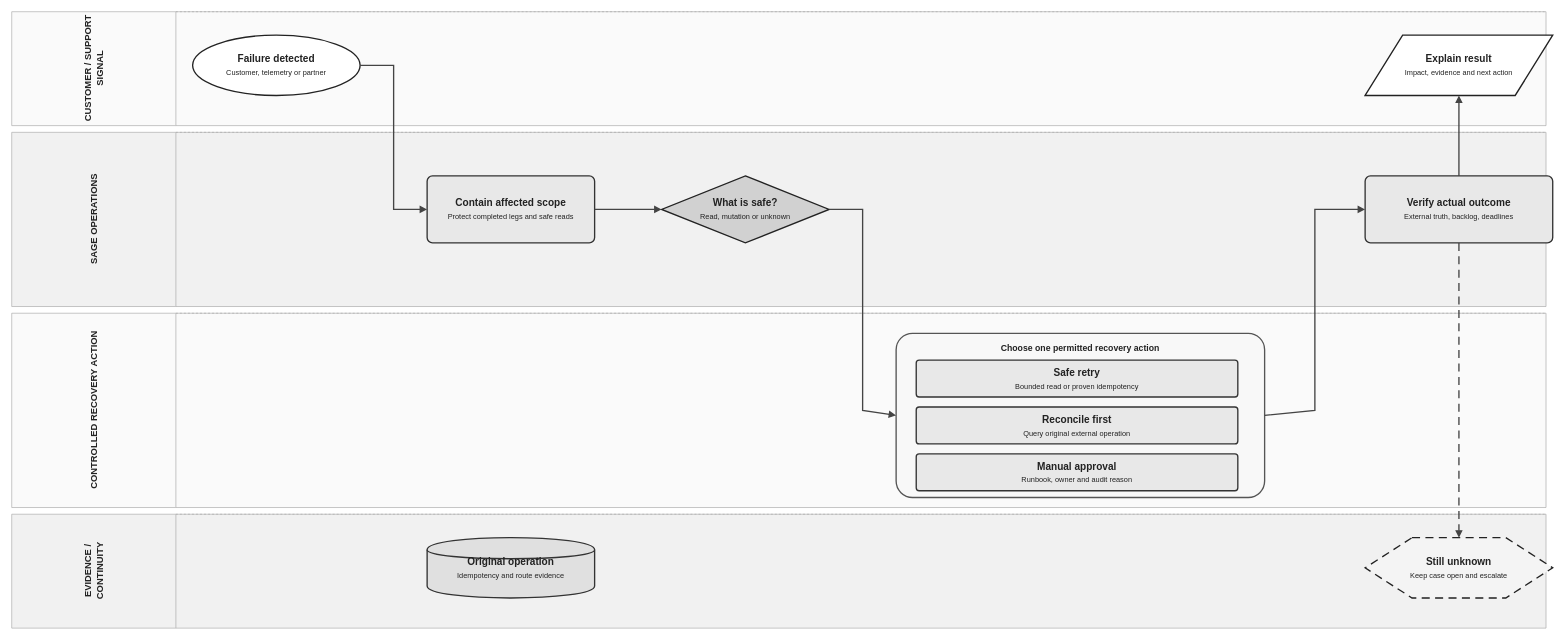
The draw.io diagram assets/diagrams/e-invoicing-recovery-reconciliation.drawio in jiaxinhe0709/pm_second_brain, before the edit. Source tidied: cells renumbered, new cells numbered last; positions are measured from the earlier drawing's top-left corner, leaving out a move shared by most shapes. Both pictures are drawn from the tidied source at 67%, with x=0, y=0 at pixel (11, 11).
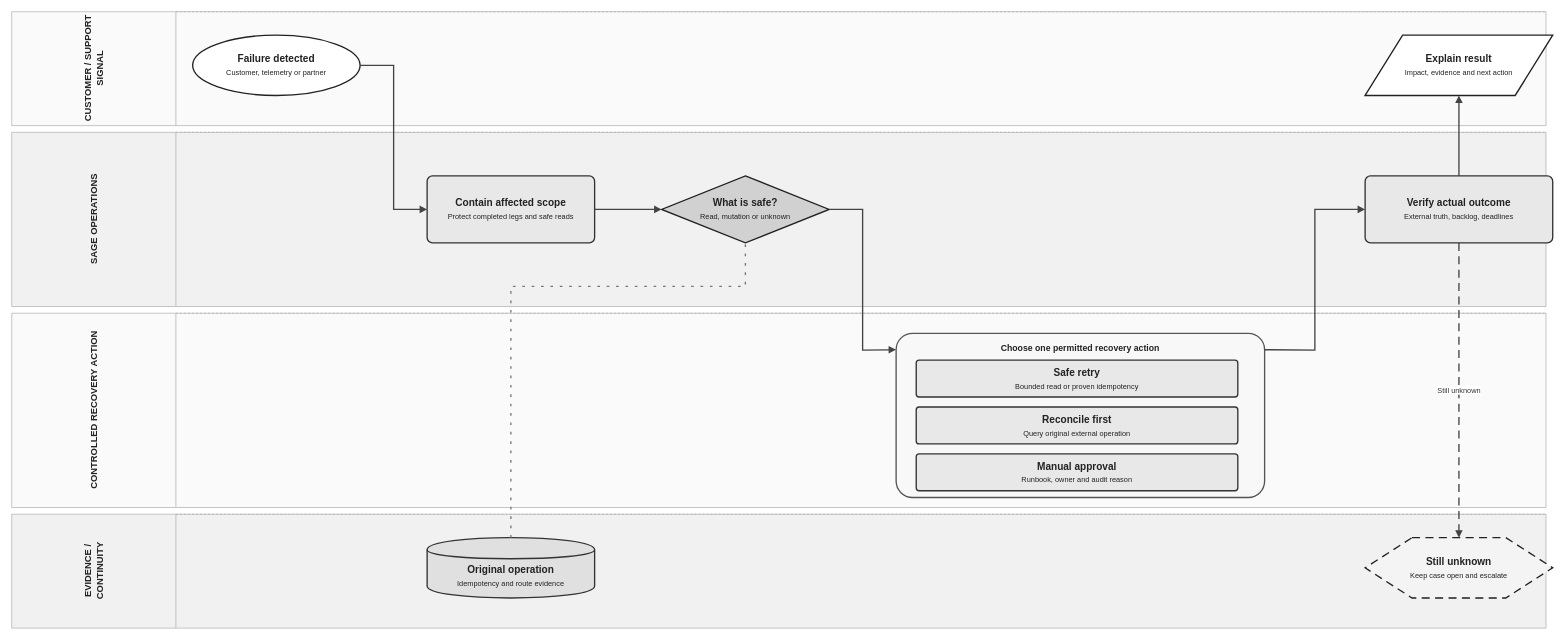
Above is the later version.

The change refers to these unchanged cells:
```xml
<mxCell id="6" value="Choose one permitted recovery action" style="shape=rectangle;rounded=1;arcSize=10;whiteSpace=wrap;html=1;fillColor=#f8f8f8;strokeColor=#555555;strokeWidth=2;fontColor=#222222;fontSize=13;fontStyle=1;align=center;verticalAlign=top;spacingTop=8;" parent="1" vertex="1">
  <mxGeometry x="1320" y="480" width="550" height="245" as="geometry" />
</mxCell>
<mxCell id="9" value="&lt;div style=&quot;font-size:15px;font-weight:bold&quot;&gt;What is safe?&lt;/div&gt;&lt;div style=&quot;font-size:11px;margin-top:5px&quot;&gt;Read, mutation or unknown&lt;/div&gt;" style="shape=rhombus;rounded=0;arcSize=8;whiteSpace=wrap;html=1;fillColor=#d1d1d1;strokeColor=#222;strokeWidth=2;fontColor=#222222;fontSize=13;align=center;verticalAlign=middle;spacing=7;" parent="1" vertex="1">
  <mxGeometry x="970" y="245" width="250" height="100" as="geometry" />
</mxCell>
<mxCell id="13" value="&lt;div style=&quot;font-size:15px;font-weight:bold&quot;&gt;Verify actual outcome&lt;/div&gt;&lt;div style=&quot;font-size:11px;margin-top:5px&quot;&gt;External truth, backlog, deadlines&lt;/div&gt;" style="shape=rectangle;rounded=1;arcSize=8;whiteSpace=wrap;html=1;fillColor=#e8e8e8;strokeColor=#333;strokeWidth=2;fontColor=#222222;fontSize=13;align=center;verticalAlign=middle;spacing=7;" parent="1" vertex="1">
  <mxGeometry x="2020" y="245" width="280" height="100" as="geometry" />
</mxCell>
<mxCell id="16" value="&lt;div style=&quot;font-size:15px;font-weight:bold&quot;&gt;Still unknown&lt;/div&gt;&lt;div style=&quot;font-size:11px;margin-top:5px&quot;&gt;Keep case open and escalate&lt;/div&gt;" style="shape=hexagon;rounded=0;arcSize=8;whiteSpace=wrap;html=1;fillColor=#f4f4f4;strokeColor=#222;strokeWidth=2;fontColor=#222222;fontSize=13;align=center;verticalAlign=middle;spacing=7;dashed=1;dashPattern=6 4;" parent="1" vertex="1">
  <mxGeometry x="2020" y="785" width="280" height="90" as="geometry" />
</mxCell>
```

Change to the diagram source:
```diff
@@
-    <mxCell id="15" value="&lt;div style=&quot;font-size:15px;font-weight:bold&quot;&gt;Original operation&lt;/div&gt;&lt;div style=&quot;font-size:11px;margin-top:5px&quot;&gt;Idempotency and route evidence&lt;/div&gt;" style="shape=cylinder;rounded=0;arcSize=8;whiteSpace=wrap;html=1;fillColor=#e0e0e0;strokeColor=#333;strokeWidth=2;fontColor=#222222;fontSize=13;align=center;verticalAlign=middle;spacing=7;" parent="1" vertex="1">
+    <mxCell id="15" value="&lt;div style=&quot;font-size:15px;font-weight:bold&quot;&gt;Original operation&lt;/div&gt;&lt;div style=&quot;font-size:11px;margin-top:5px&quot;&gt;Idempotency and route evidence&lt;/div&gt;" style="shape=cylinder;rounded=0;arcSize=8;whiteSpace=wrap;html=1;fillColor=#e0e0e0;strokeColor=#333;strokeWidth=2;fontColor=#222222;fontSize=13;align=center;verticalAlign=middle;spacing=7;spacingTop=24;" parent="1" vertex="1">
       <mxGeometry x="620" y="785" width="250" height="90" as="geometry" />
     </mxCell>
@@
-    <mxCell id="19" style="edgeStyle=none;rounded=0;jettySize=auto;html=1;endArrow=block;endFill=1;strokeColor=#444444;strokeWidth=2;fontColor=#333333;fontSize=11;labelBackgroundColor=#ffffff;exitX=1;exitY=0.5;exitPerimeter=1;entryX=0;entryY=0.5;entryPerimeter=1;" parent="1" edge="1" source="9" target="6">
+    <mxCell id="19" style="edgeStyle=none;rounded=0;jettySize=auto;html=1;endArrow=block;endFill=1;strokeColor=#444444;strokeWidth=2;fontColor=#333333;fontSize=11;labelBackgroundColor=#ffffff;exitX=1;exitY=0.5;exitPerimeter=1;entryX=0;entryY=0.1;entryPerimeter=1;" parent="1" edge="1" source="9" target="6">
       <mxGeometry relative="1" as="geometry">
         <Array as="points">
           <mxPoint x="1270" y="295" />
-          <mxPoint x="1270" y="595" />
+          <mxPoint x="1270" y="505" />
         </Array>
       </mxGeometry>
     </mxCell>
-    <mxCell id="20" style="edgeStyle=none;rounded=0;jettySize=auto;html=1;endArrow=block;endFill=1;strokeColor=#444444;strokeWidth=2;fontColor=#333333;fontSize=11;labelBackgroundColor=#ffffff;exitX=1;exitY=0.5;exitPerimeter=1;entryX=0;entryY=0.5;entryPerimeter=1;" parent="1" edge="1" source="6" target="13">
+    <mxCell id="20" style="edgeStyle=none;rounded=0;jettySize=auto;html=1;endArrow=block;endFill=1;strokeColor=#444444;strokeWidth=2;fontColor=#333333;fontSize=11;labelBackgroundColor=#ffffff;exitX=1;exitY=0.1;exitPerimeter=1;entryX=0;entryY=0.5;entryPerimeter=1;" parent="1" edge="1" source="6" target="13">
       <mxGeometry relative="1" as="geometry">
         <Array as="points">
-          <mxPoint x="1945" y="595" />
+          <mxPoint x="1945" y="505" />
           <mxPoint x="1945" y="295" />
         </Array>
       </mxGeometry>
     </mxCell>
@@
-    <mxCell id="22" style="edgeStyle=orthogonalEdgeStyle;rounded=0;jettySize=auto;html=1;endArrow=block;endFill=1;strokeColor=#444444;strokeWidth=2;fontColor=#333333;fontSize=11;labelBackgroundColor=#ffffff;dashed=1;dashPattern=6 4;exitX=0.5;exitY=1;exitPerimeter=1;entryX=0.5;entryY=0;entryPerimeter=1;" parent="1" edge="1" source="13" target="16">
+    <mxCell id="22" value="Still unknown" style="edgeStyle=orthogonalEdgeStyle;rounded=0;jettySize=auto;html=1;endArrow=block;endFill=1;strokeColor=#444444;strokeWidth=2;fontColor=#333333;fontSize=11;labelBackgroundColor=#ffffff;dashed=1;dashPattern=6 4;exitX=0.5;exitY=1;exitPerimeter=1;entryX=0.5;entryY=0;entryPerimeter=1;" parent="1" edge="1" source="13" target="16">
       <mxGeometry relative="1" as="geometry" />
     </mxCell>
+    <mxCell id="23" style="edgeStyle=none;rounded=0;jettySize=auto;html=1;endArrow=none;strokeColor=#444444;strokeWidth=2;fontColor=#333333;fontSize=11;labelBackgroundColor=#ffffff;dashed=1;dashPattern=2 5;strokeColor=#777777;exitX=0.5;exitY=0;exitPerimeter=1;entryX=0.5;entryY=1;entryPerimeter=1;" parent="1" edge="1" source="15" target="9">
+      <mxGeometry relative="1" as="geometry">
+        <Array as="points">
+          <mxPoint x="745" y="410" />
+          <mxPoint x="1095" y="410" />
+        </Array>
+      </mxGeometry>
+    </mxCell>
```
